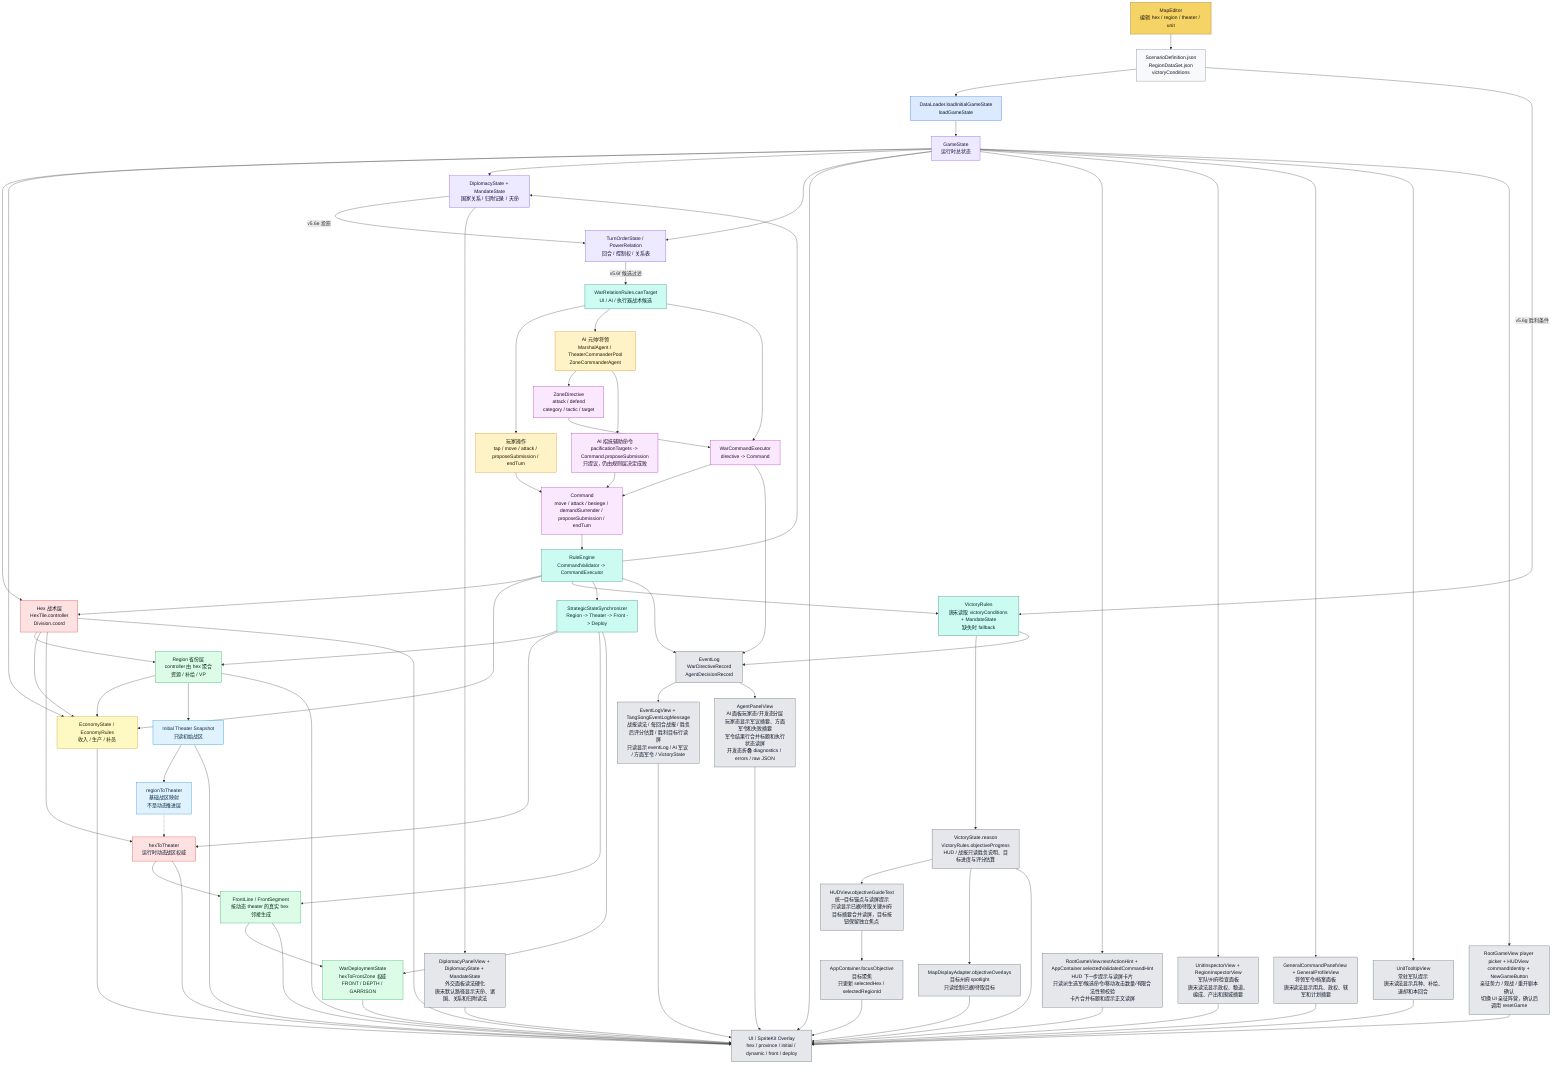
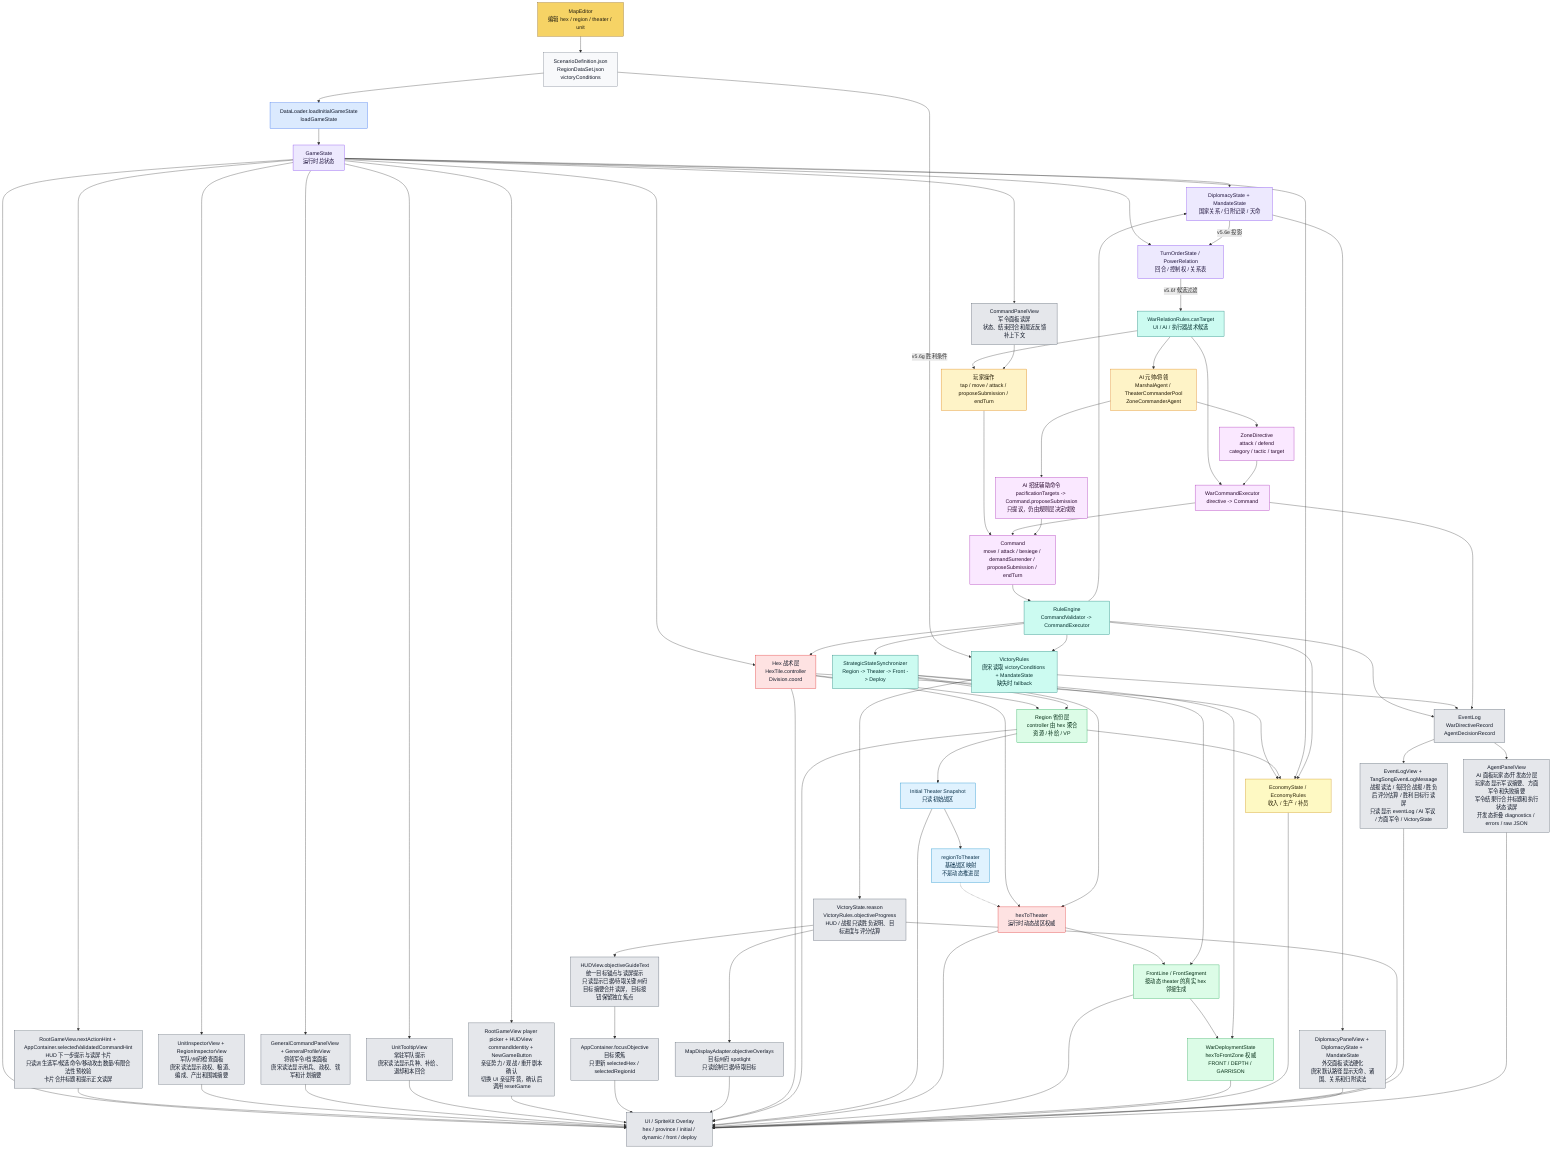
flowchart TD
    ME["MapEditor<br/>编辑 hex / region / theater / unit"]:::editor
    JSON["ScenarioDefinition.json<br/>RegionDataSet.json<br/>victoryConditions"]:::data
    DL["DataLoader.loadInitialGameState<br/>loadGameState"]:::loader
    GS["GameState<br/>运行时总状态"]:::state

    HEX["Hex 战术层<br/>HexTile.controller<br/>Division.coord"]:::authority
    REGION["Region 省份层<br/>controller 由 hex 聚合<br/>资源 / 补给 / VP"]:::derived
    INIT["Initial Theater Snapshot<br/>只读初始战区"]:::snapshot
    R2T["regionToTheater<br/>基础战区映射<br/>不是动态推进层"]:::snapshot
    H2T["hexToTheater<br/>运行时动态战区权威"]:::authority
    FRONT["FrontLine / FrontSegment<br/>按动态 theater 的真实 hex 邻接生成"]:::derived
    DEPLOY["WarDeploymentState<br/>hexToFrontZone 权威<br/>FRONT / DEPTH / GARRISON"]:::derived
    ECO["EconomyState / EconomyRules<br/>收入 / 生产 / 补员"]:::economy
    DIP["DiplomacyState + MandateState<br/>国家关系 / 归附记录 / 天命"]:::state
    TURN["TurnOrderState / PowerRelation<br/>回合 / 控制权 / 关系表"]:::state
    RELCAND["WarRelationRules.canTarget<br/>UI / AI / 执行器战术候选"]:::rules
    VICT["VictoryRules<br/>唐宋读取 victoryConditions + MandateState<br/>缺失时 fallback"]:::rules
    VICTEXT["VictoryState.reason<br/>VictoryRules.objectiveProgress<br/>HUD / 战报只读胜负说明、目标进度与评分估算"]:::ui
    GOAL["HUDView.objectiveGuideText<br/>统一目标锚点与读屏提示<br/>只读显示已据/待取关键州府<br/>目标摘要合并读屏，目标按钮保留独立焦点"]:::ui
    FOCUS["AppContainer.focusObjective<br/>目标聚焦<br/>只更新 selectedHex / selectedRegionId"]:::ui
    SPOTLIGHT["MapDisplayAdapter.objectiveOverlays<br/>目标州府 spotlight<br/>只读绘制已据/待取目标"]:::ui
    TURNREPORT["EventLogView + TangSongEventLogMessage<br/>战报读法 / 每回合战报 / 胜负后评分估算 / 胜利目标行读屏<br/>只读显示 eventLog / AI 军议 / 方面军令 / VictoryState"]:::ui
    SESSIONHUD["RootGameView player picker + HUDView commandIdentity + NewGameButton<br/>亲征势力 / 观战 / 重开剧本确认<br/>切换 UI 亲征阵营，确认后调用 resetGame"]:::ui
    HINT["RootGameView.nextActionHint + AppContainer.selectedValidatedCommandHint<br/>HUD 下一步提示与读屏卡片<br/>只读派生选军/候选命令/移动攻击数量/有限合法性预校验<br/>卡片合并标题和提示正文读屏"]:::ui
+     COMMANDPANEL["CommandPanelView<br/>军令面板读屏<br/>状态、结束回合和最近反馈补上下文"]:::ui
    INSPECT["UnitInspectorView + RegionInspectorView<br/>军队/州府检查面板<br/>唐宋读法显示政权、粮道、编成、产出和围城摘要"]:::ui
    GENPANELS["GeneralCommandPanelView + GeneralProfileView<br/>将领军令/档案面板<br/>唐宋读法显示用兵、政权、辖军和计划摘要"]:::ui
    TOOLTIP["UnitTooltipView<br/>常驻军队提示<br/>唐宋读法显示兵种、补给、退却和本回合"]:::ui
    AIPANEL["AgentPanelView<br/>AI 面板玩家态/开发态分层<br/>玩家态显示军议摘要、方面军令和失败摘要<br/>军令结果行合并标题和执行状态读屏<br/>开发态折叠 diagnostics / errors / raw JSON"]:::ui
    DIPPANEL["DiplomacyPanelView + DiplomacyState + MandateState<br/>外交面板读法硬化<br/>唐宋默认路径显示天命、诸国、关系和归附读法"]:::ui

    PLAYER["玩家操作<br/>tap / move / attack / proposeSubmission / endTurn"]:::input
    AI["AI 元帅/将领<br/>MarshalAgent / TheaterCommanderPool<br/>ZoneCommanderAgent"]:::input
    AIPAC["AI 招抚辅助命令<br/>pacificationTargets -> Command.proposeSubmission<br/>只提议，仍由规则层决定成败"]:::command
    ZD["ZoneDirective<br/>attack / defend<br/>category / tactic / target"]:::command
    WCE["WarCommandExecutor<br/>directive -> Command"]:::command
    CMD["Command<br/>move / attack / besiege / demandSurrender / proposeSubmission / endTurn"]:::command
    RE["RuleEngine<br/>CommandValidator -> CommandExecutor"]:::rules
    SYNC["StrategicStateSynchronizer<br/>Region -> Theater -> Front -> Deploy"]:::rules

    UI["UI / SpriteKit Overlay<br/>hex / province / initial / dynamic / front / deploy"]:::ui
    LOG["EventLog<br/>WarDirectiveRecord<br/>AgentDecisionRecord"]:::ui

    ME --> JSON --> DL --> GS
    GS --> HEX
    HEX --> REGION
    HEX --> ECO
    REGION --> ECO
    REGION --> INIT
    INIT --> R2T
    R2T -.-> H2T
    HEX --> H2T
    H2T --> FRONT --> DEPLOY
    GS --> ECO
    GS --> DIP
    GS --> TURN
    DIP -->|v5.6e 投影| TURN
    TURN -->|v5.6f 候选过滤| RELCAND
    JSON -->|v5.6g 胜利条件| VICT

    PLAYER --> CMD
    RELCAND --> PLAYER
    RELCAND --> AI
    RELCAND --> WCE
    AI --> ZD --> WCE --> CMD
    AI --> AIPAC --> CMD
    CMD --> RE --> HEX
    RE --> ECO
    RE --> DIP
    RE --> VICT
    RE --> SYNC
    SYNC --> REGION
    SYNC --> H2T
    SYNC --> FRONT
    SYNC --> DEPLOY

    GS --> UI
    GS --> HINT --> UI
    GS --> INSPECT --> UI
    GS --> GENPANELS --> UI
    GS --> TOOLTIP --> UI
    GS --> SESSIONHUD --> UI
    VICTEXT --> GOAL --> FOCUS --> UI
    VICTEXT --> SPOTLIGHT --> UI
    HEX --> UI
    REGION --> UI
    INIT --> UI
    H2T --> UI
    FRONT --> UI
    DEPLOY --> UI
    ECO --> UI
+     GS --> COMMANDPANEL --> PLAYER
    DIP --> DIPPANEL --> UI
    VICT --> VICTEXT --> UI
    RE --> LOG
    VICT --> LOG
    WCE --> LOG
    LOG --> TURNREPORT --> UI
    LOG --> AIPANEL --> UI

    classDef editor fill:#f6d365,stroke:#8a5a00,color:#1f1b10
    classDef data fill:#f8f9fb,stroke:#6b7280,color:#111827
    classDef loader fill:#dbeafe,stroke:#2563eb,color:#0f172a
    classDef state fill:#ede9fe,stroke:#7c3aed,color:#1f143d
    classDef authority fill:#fee2e2,stroke:#dc2626,color:#111827
    classDef derived fill:#dcfce7,stroke:#16a34a,color:#052e16
    classDef snapshot fill:#e0f2fe,stroke:#0284c7,color:#082f49
    classDef input fill:#fef3c7,stroke:#d97706,color:#1f1600
    classDef economy fill:#fef9c3,stroke:#ca8a04,color:#292107
    classDef command fill:#fae8ff,stroke:#a21caf,color:#2a0a2f
    classDef rules fill:#ccfbf1,stroke:#0f766e,color:#042f2e
    classDef ui fill:#e5e7eb,stroke:#4b5563,color:#111827
